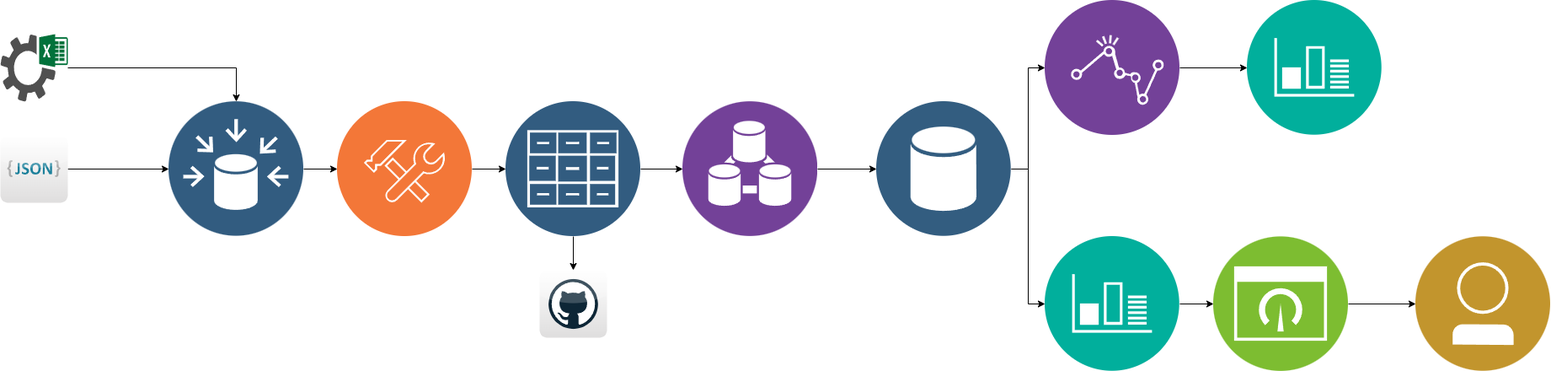
Above: BI/Project_BI/Diagrams/BI_DataArch.png in vmbayona/Ares (draw.io), before the change. Source tidied: cells renumbered, new cells last; positions are measured from the earlier drawing's top-left corner, leaving out a move shared by most shapes. Its diagram source:
```xml
<mxGraphModel background="#FFFFFF">
  <root>
    <mxCell id="0" />
    <mxCell id="1" parent="0" />
    <mxCell id="2" style="edgeStyle=orthogonalEdgeStyle;rounded=0;jettySize=auto;html=1;" parent="1" edge="1" source="3" target="22">
      <mxGeometry relative="1" as="geometry" />
    </mxCell>
    <mxCell id="3" style="image;perimeter=ellipsePerimeter;html=1;align=center;shadow=0;dashed=0;fontColor=#4277BB;labelBackgroundColor=default;fontSize=12;spacingTop=3;image=img/lib/ibm/analytics/data_integration.svg;rounded=1;" parent="1" vertex="1">
      <mxGeometry x="810" y="120" width="160" height="160" as="geometry" />
    </mxCell>
    <mxCell id="4" style="edgeStyle=orthogonalEdgeStyle;rounded=0;jettySize=auto;html=1;" parent="1" edge="1" source="5" target="26">
      <mxGeometry relative="1" as="geometry" />
    </mxCell>
    <mxCell id="5" style="image;perimeter=ellipsePerimeter;html=1;align=center;shadow=0;dashed=0;fontColor=#4277BB;labelBackgroundColor=default;fontSize=12;spacingTop=3;image=img/lib/ibm/analytics/analytics.svg;rounded=1;" parent="1" vertex="1">
      <mxGeometry x="1240" width="160" height="160" as="geometry" />
    </mxCell>
    <mxCell id="6" style="edgeStyle=orthogonalEdgeStyle;rounded=0;jettySize=auto;html=1;entryX=0;entryY=0.5;entryDx=0;entryDy=0;" parent="1" edge="1" source="7" target="11">
      <mxGeometry relative="1" as="geometry" />
    </mxCell>
    <mxCell id="7" style="image;perimeter=ellipsePerimeter;html=1;align=center;shadow=0;dashed=0;fontColor=#4277BB;labelBackgroundColor=default;fontSize=12;spacingTop=3;image=img/lib/ibm/data/data_sources.svg;rounded=1;" parent="1" vertex="1">
      <mxGeometry x="200" y="120" width="160" height="160" as="geometry" />
    </mxCell>
    <mxCell id="8" style="edgeStyle=orthogonalEdgeStyle;rounded=0;jettySize=auto;html=1;entryX=0;entryY=0.5;entryDx=0;entryDy=0;" parent="1" edge="1" source="9" target="24">
      <mxGeometry relative="1" as="geometry" />
    </mxCell>
    <mxCell id="9" style="image;perimeter=ellipsePerimeter;html=1;align=center;shadow=0;dashed=0;fontColor=#4277BB;labelBackgroundColor=default;fontSize=12;spacingTop=3;image=img/lib/ibm/management/monitoring_metrics.svg;rounded=1;" parent="1" vertex="1">
      <mxGeometry x="1240" y="280" width="160" height="160" as="geometry" />
    </mxCell>
    <mxCell id="10" style="edgeStyle=orthogonalEdgeStyle;rounded=0;jettySize=auto;html=1;entryX=0;entryY=0.5;entryDx=0;entryDy=0;" parent="1" edge="1" source="11" target="14">
      <mxGeometry relative="1" as="geometry" />
    </mxCell>
    <mxCell id="11" style="image;perimeter=ellipsePerimeter;html=1;align=center;shadow=0;dashed=0;fontColor=#4277BB;labelBackgroundColor=default;fontSize=12;spacingTop=3;image=img/lib/ibm/devops/configuration_management.svg;rounded=1;" parent="1" vertex="1">
      <mxGeometry x="400" y="120" width="160" height="160" as="geometry" />
    </mxCell>
    <mxCell id="12" style="edgeStyle=orthogonalEdgeStyle;rounded=0;jettySize=auto;html=1;" parent="1" edge="1" source="14" target="15">
      <mxGeometry relative="1" as="geometry" />
    </mxCell>
    <mxCell id="13" style="edgeStyle=orthogonalEdgeStyle;rounded=0;jettySize=auto;html=1;entryX=0;entryY=0.5;entryDx=0;entryDy=0;" parent="1" edge="1" source="14" target="3">
      <mxGeometry relative="1" as="geometry" />
    </mxCell>
    <mxCell id="14" style="image;perimeter=ellipsePerimeter;html=1;align=center;shadow=0;dashed=0;fontColor=#4277BB;labelBackgroundColor=default;fontSize=12;spacingTop=3;image=img/lib/ibm/data/file_repository.svg;rounded=1;hachureGap=4;fontFamily=Architects Daughter;fontSource=https%3A%2F%2Ffonts.googleapis.com%2Fcss%3Ffamily%3DArchitects%2BDaughter;" parent="1" vertex="1">
      <mxGeometry x="600" y="120" width="160" height="160" as="geometry" />
    </mxCell>
    <mxCell id="15" style="dashed=0;outlineConnect=0;html=1;align=center;labelPosition=center;verticalLabelPosition=bottom;verticalAlign=top;shape=mxgraph.webicons.github;gradientColor=#DFDEDE;rounded=1;hachureGap=4;fontFamily=Architects Daughter;fontSource=https%3A%2F%2Ffonts.googleapis.com%2Fcss%3Ffamily%3DArchitects%2BDaughter;fontSize=20;" parent="1" vertex="1">
      <mxGeometry x="640" y="320" width="80" height="80" as="geometry" />
    </mxCell>
    <mxCell id="16" style="edgeStyle=orthogonalEdgeStyle;rounded=0;jettySize=auto;html=1;entryX=0;entryY=0.5;entryDx=0;entryDy=0;" parent="1" edge="1" source="17" target="7">
      <mxGeometry relative="1" as="geometry" />
    </mxCell>
    <mxCell id="17" style="dashed=0;outlineConnect=0;html=1;align=center;labelPosition=center;verticalLabelPosition=bottom;verticalAlign=top;shape=mxgraph.webicons.json_2;gradientColor=#DFDEDE;rounded=1;hachureGap=4;fontFamily=Architects Daughter;fontSource=https%3A%2F%2Ffonts.googleapis.com%2Fcss%3Ffamily%3DArchitects%2BDaughter;fontSize=20;" parent="1" vertex="1">
      <mxGeometry y="160" width="80" height="80" as="geometry" />
    </mxCell>
    <mxCell id="18" style="edgeStyle=orthogonalEdgeStyle;rounded=0;jettySize=auto;html=1;entryX=0.5;entryY=0;entryDx=0;entryDy=0;" parent="1" edge="1" source="19" target="7">
      <mxGeometry relative="1" as="geometry" />
    </mxCell>
    <mxCell id="19" style="sketch=0;shadow=0;dashed=0;html=1;strokeColor=none;fillColor=#505050;labelPosition=center;verticalLabelPosition=bottom;verticalAlign=top;outlineConnect=0;align=center;shape=mxgraph.office.sites.excel_services;" parent="1" vertex="1">
      <mxGeometry y="40" width="80" height="80" as="geometry" />
    </mxCell>
    <mxCell id="20" style="edgeStyle=orthogonalEdgeStyle;rounded=0;jettySize=auto;html=1;" parent="1" edge="1" source="22" target="5">
      <mxGeometry relative="1" as="geometry" />
    </mxCell>
    <mxCell id="21" style="edgeStyle=orthogonalEdgeStyle;rounded=0;jettySize=auto;html=1;" parent="1" edge="1" source="22" target="9">
      <mxGeometry relative="1" as="geometry" />
    </mxCell>
    <mxCell id="22" style="image;perimeter=ellipsePerimeter;html=1;align=center;shadow=0;dashed=0;fontColor=#4277BB;labelBackgroundColor=default;fontSize=12;spacingTop=3;image=img/lib/ibm/data/data_services.svg;" parent="1" vertex="1">
      <mxGeometry x="1040" y="120" width="160" height="160" as="geometry" />
    </mxCell>
    <mxCell id="23" style="edgeStyle=orthogonalEdgeStyle;rounded=0;jettySize=auto;html=1;entryX=0;entryY=0.5;entryDx=0;entryDy=0;" parent="1" edge="1" source="24" target="25">
      <mxGeometry relative="1" as="geometry" />
    </mxCell>
    <mxCell id="24" style="image;perimeter=ellipsePerimeter;html=1;align=center;shadow=0;dashed=0;fontColor=#4277BB;labelBackgroundColor=default;fontSize=12;spacingTop=3;image=img/lib/ibm/infrastructure/dashboard.svg;" parent="1" vertex="1">
      <mxGeometry x="1440" y="280" width="160" height="160" as="geometry" />
    </mxCell>
    <mxCell id="25" style="image;perimeter=ellipsePerimeter;html=1;align=center;shadow=0;dashed=0;fontColor=#4277BB;labelBackgroundColor=default;fontSize=12;spacingTop=3;image=img/lib/ibm/users/user.svg;" parent="1" vertex="1">
      <mxGeometry x="1680" y="280" width="160" height="160" as="geometry" />
    </mxCell>
    <mxCell id="26" style="image;perimeter=ellipsePerimeter;html=1;align=center;shadow=0;dashed=0;fontColor=#4277BB;labelBackgroundColor=default;fontSize=12;spacingTop=3;image=img/lib/ibm/management/monitoring_metrics.svg;" parent="1" vertex="1">
      <mxGeometry x="1480" width="160" height="160" as="geometry" />
    </mxCell>
  </root>
</mxGraphModel>
```
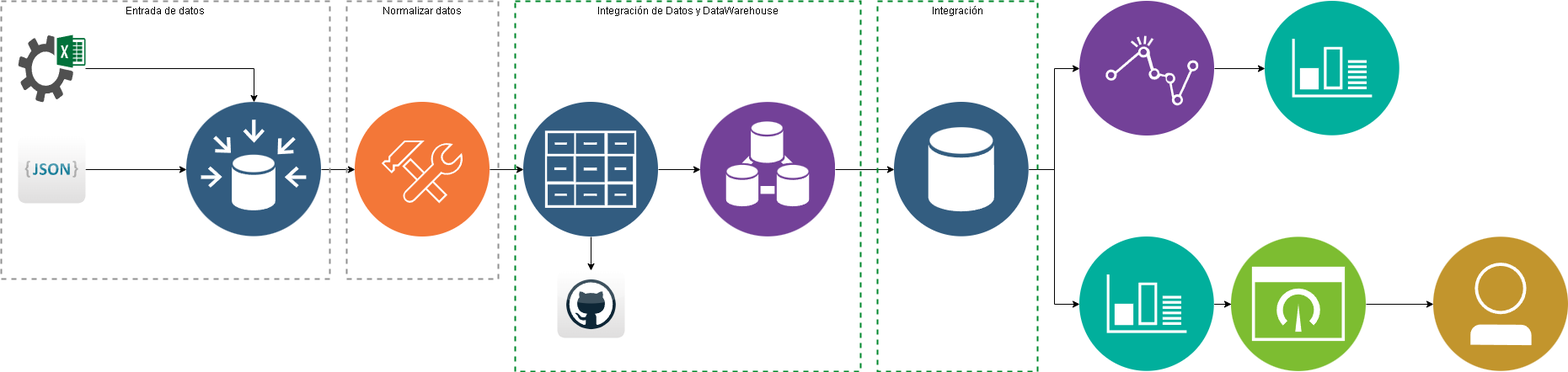
After the change.

The edit, as a diff of the source:
```diff
@@ -12,7 +12,7 @@
       <mxGeometry relative="1" as="geometry" />
     </mxCell>
     <mxCell id="5" style="image;perimeter=ellipsePerimeter;html=1;align=center;shadow=0;dashed=0;fontColor=#4277BB;labelBackgroundColor=default;fontSize=12;spacingTop=3;image=img/lib/ibm/analytics/analytics.svg;rounded=1;" parent="1" vertex="1">
-      <mxGeometry x="1240" width="160" height="160" as="geometry" />
+      <mxGeometry x="1260" width="160" height="160" as="geometry" />
     </mxCell>
     <mxCell id="6" style="edgeStyle=orthogonalEdgeStyle;rounded=0;jettySize=auto;html=1;entryX=0;entryY=0.5;entryDx=0;entryDy=0;" parent="1" edge="1" source="7" target="11">
       <mxGeometry relative="1" as="geometry" />
@@ -24,7 +24,7 @@
       <mxGeometry relative="1" as="geometry" />
     </mxCell>
     <mxCell id="9" style="image;perimeter=ellipsePerimeter;html=1;align=center;shadow=0;dashed=0;fontColor=#4277BB;labelBackgroundColor=default;fontSize=12;spacingTop=3;image=img/lib/ibm/management/monitoring_metrics.svg;rounded=1;" parent="1" vertex="1">
-      <mxGeometry x="1240" y="280" width="160" height="160" as="geometry" />
+      <mxGeometry x="1260" y="280" width="160" height="160" as="geometry" />
     </mxCell>
     <mxCell id="10" style="edgeStyle=orthogonalEdgeStyle;rounded=0;jettySize=auto;html=1;entryX=0;entryY=0.5;entryDx=0;entryDy=0;" parent="1" edge="1" source="11" target="14">
       <mxGeometry relative="1" as="geometry" />
@@ -77,5 +77,17 @@
     <mxCell id="26" style="image;perimeter=ellipsePerimeter;html=1;align=center;shadow=0;dashed=0;fontColor=#4277BB;labelBackgroundColor=default;fontSize=12;spacingTop=3;image=img/lib/ibm/management/monitoring_metrics.svg;" parent="1" vertex="1">
       <mxGeometry x="1480" width="160" height="160" as="geometry" />
     </mxCell>
+    <mxCell id="27" value="Entrada de datos" style="fontStyle=0;verticalAlign=top;align=center;spacingTop=-2;fillColor=none;rounded=0;whiteSpace=wrap;html=1;strokeColor=#919191;strokeWidth=2;dashed=1;" parent="1" vertex="1">
+      <mxGeometry x="-20" width="390" height="330" as="geometry" />
+    </mxCell>
+    <mxCell id="28" value="Normalizar datos" style="fontStyle=0;verticalAlign=top;align=center;spacingTop=-2;fillColor=none;rounded=0;whiteSpace=wrap;html=1;strokeColor=#919191;strokeWidth=2;dashed=1;" parent="1" vertex="1">
+      <mxGeometry x="390" width="180" height="330" as="geometry" />
+    </mxCell>
+    <mxCell id="29" value="Integración de Datos y DataWarehouse" style="fontStyle=0;verticalAlign=top;align=center;spacingTop=-2;fillColor=none;rounded=0;whiteSpace=wrap;html=1;strokeColor=#00882B;strokeWidth=2;dashed=1;" parent="1" vertex="1">
+      <mxGeometry x="590" width="410" height="440" as="geometry" />
+    </mxCell>
+    <mxCell id="30" value="Integración" style="fontStyle=0;verticalAlign=top;align=center;spacingTop=-2;fillColor=none;rounded=0;whiteSpace=wrap;html=1;strokeColor=#00882B;strokeWidth=2;dashed=1;" parent="1" vertex="1">
+      <mxGeometry x="1020" width="190" height="440" as="geometry" />
+    </mxCell>
   </root>
 </mxGraphModel>
```
